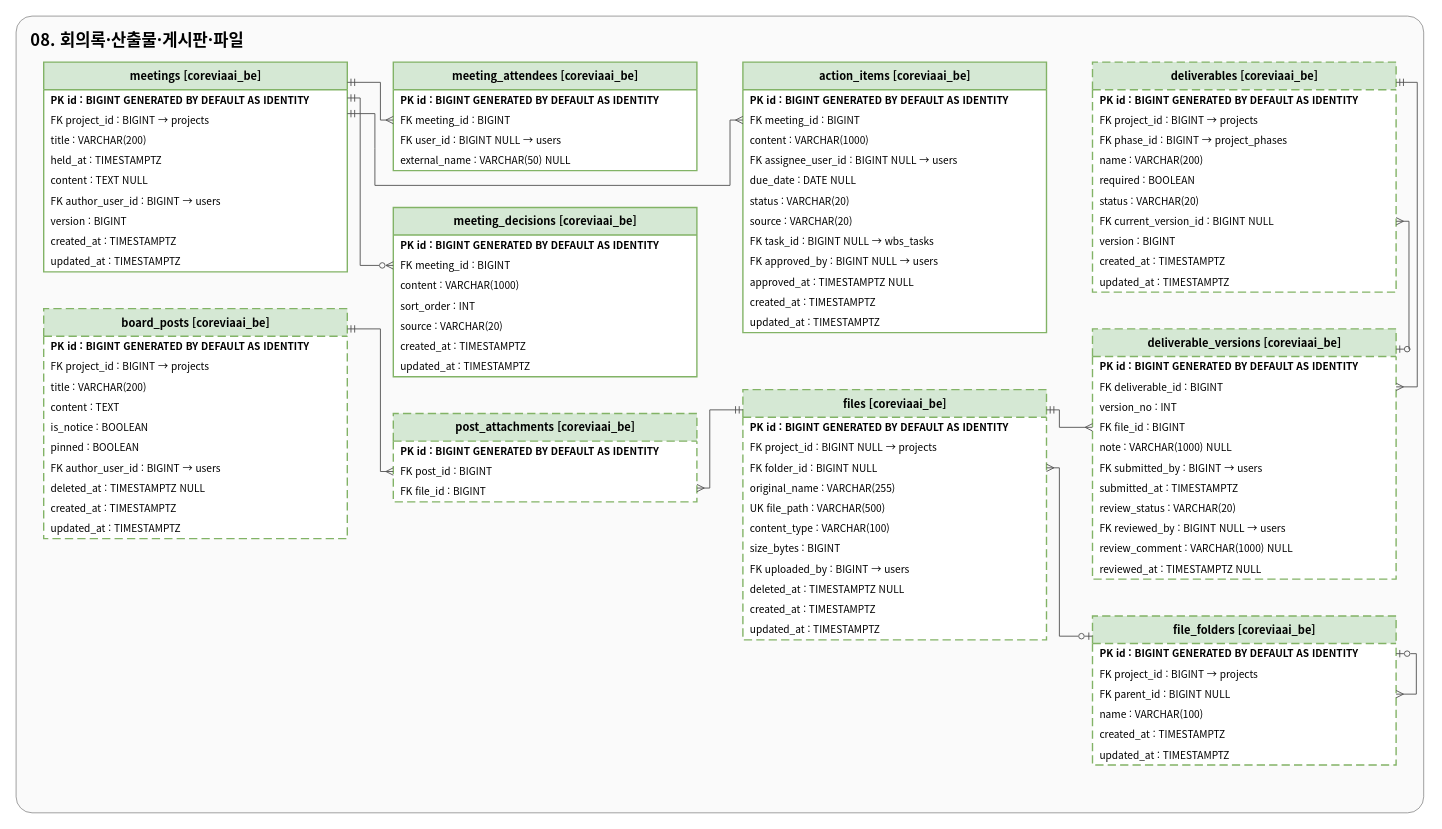
WonikQnCKDT/CoreviaAI_BE keeps this draw.io diagram as docs/erd/08-document.drawio. Above is the earlier version. Source tidied: cells renumbered, new cells numbered last; positions are measured from the earlier drawing's top-left corner, leaving out a move shared by most shapes. Both pictures are drawn from the tidied source at 92%, with x=0, y=0 at pixel (16, 16).
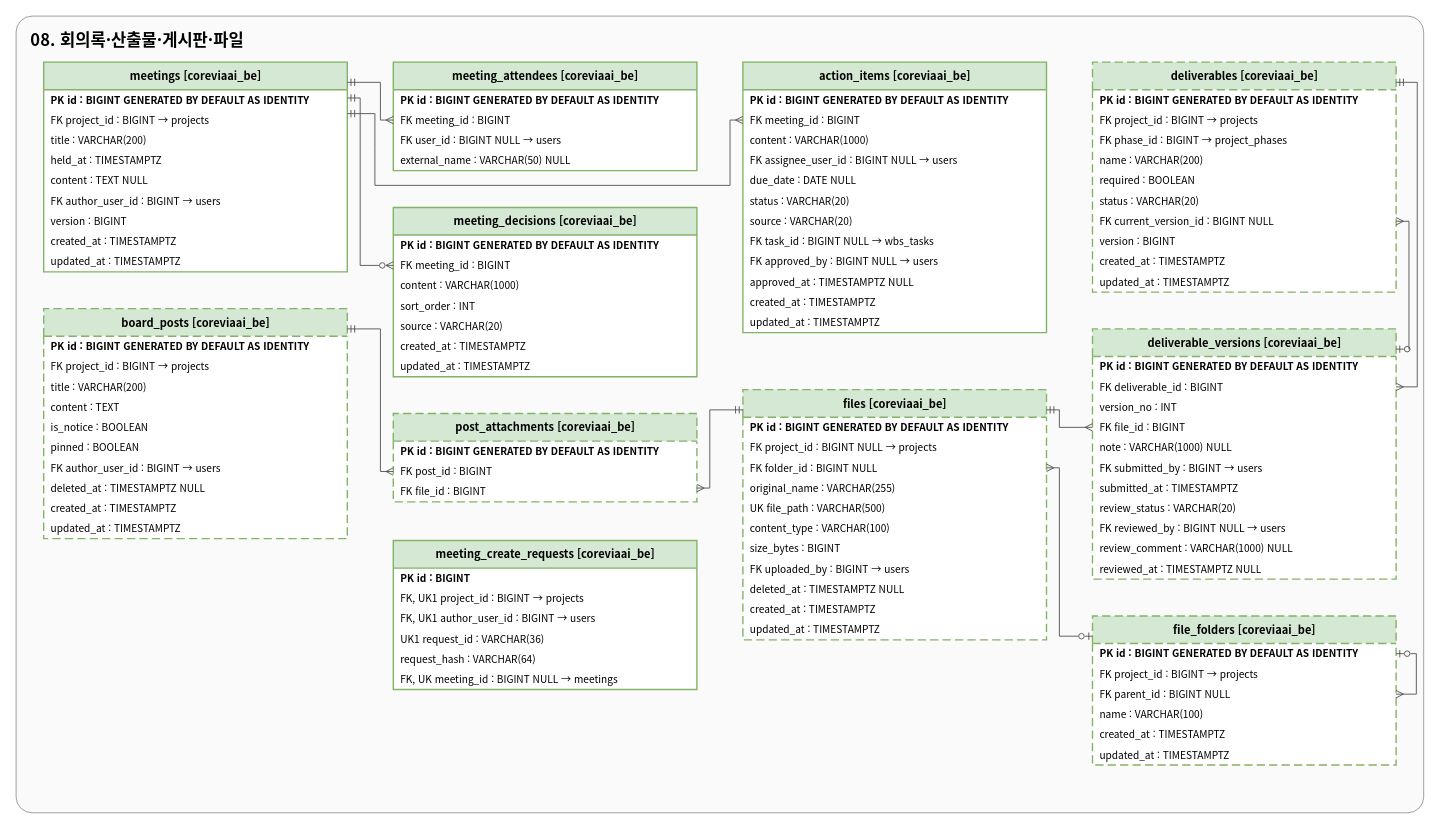
The same diagram, later.

Commit message (it also covers changes not shown here):
docs: document meeting request idempotency (SCRUM-122)

Unchanged cells that the change refers to:
```xml
<mxCell id="2" value="08. 회의록·산출물·게시판·파일" style="rounded=1;arcSize=2;whiteSpace=wrap;html=1;verticalAlign=top;align=left;spacingLeft=14;spacingTop=8;fontSize=18;fontStyle=1;fillColor=#FAFAFA;strokeColor=#999999;fontFamily=Noto Sans CJK KR;" parent="1" vertex="1">
  <mxGeometry width="1530" height="866" as="geometry" />
</mxCell>
```

Diff of the diagram source:
```diff
@@
+    <mxCell id="106" value="meeting_create_requests  [coreviaai_be]" style="swimlane;fontStyle=1;horizontal=1;startSize=30;html=1;fontSize=12;fontFamily=Noto Sans CJK KR;fillColor=#D5E8D4;strokeColor=#82B366;swimlaneFillColor=#FFFFFF;strokeWidth=1.5;" parent="2" vertex="1">
+      <mxGeometry x="410" y="570" width="330" height="162" as="geometry" />
+    </mxCell>
+    <mxCell id="107" value="PK     id : BIGINT" style="text;strokeColor=none;fillColor=none;align=left;verticalAlign=middle;spacingLeft=6;html=0;fontSize=11;fontFamily=Noto Sans CJK KR;fontStyle=1;" parent="106" vertex="1">
+      <mxGeometry y="30" width="330" height="22" as="geometry" />
+    </mxCell>
+    <mxCell id="108" value="FK, UK1 project_id : BIGINT → projects" style="text;strokeColor=none;fillColor=none;align=left;verticalAlign=middle;spacingLeft=6;html=0;fontSize=11;fontFamily=Noto Sans CJK KR;" parent="106" vertex="1">
+      <mxGeometry y="52" width="330" height="22" as="geometry" />
+    </mxCell>
+    <mxCell id="109" value="FK, UK1 author_user_id : BIGINT → users" style="text;strokeColor=none;fillColor=none;align=left;verticalAlign=middle;spacingLeft=6;html=0;fontSize=11;fontFamily=Noto Sans CJK KR;" parent="106" vertex="1">
+      <mxGeometry y="74" width="330" height="22" as="geometry" />
+    </mxCell>
+    <mxCell id="110" value="UK1   request_id : VARCHAR(36)" style="text;strokeColor=none;fillColor=none;align=left;verticalAlign=middle;spacingLeft=6;html=0;fontSize=11;fontFamily=Noto Sans CJK KR;" parent="106" vertex="1">
+      <mxGeometry y="96" width="330" height="22" as="geometry" />
+    </mxCell>
+    <mxCell id="111" value="          request_hash : VARCHAR(64)" style="text;strokeColor=none;fillColor=none;align=left;verticalAlign=middle;spacingLeft=6;html=0;fontSize=11;fontFamily=Noto Sans CJK KR;" parent="106" vertex="1">
+      <mxGeometry y="118" width="330" height="22" as="geometry" />
+    </mxCell>
+    <mxCell id="112" value="FK, UK meeting_id : BIGINT NULL → meetings" style="text;strokeColor=none;fillColor=none;align=left;verticalAlign=middle;spacingLeft=6;html=0;fontSize=11;fontFamily=Noto Sans CJK KR;" parent="106" vertex="1">
+      <mxGeometry y="140" width="330" height="22" as="geometry" />
+    </mxCell>
```
